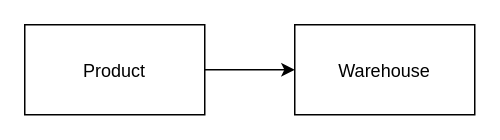
Earlier version of the draw.io diagram docs/microservices/inventory-service/erd.drawio (Defi-Oracle-Tooling/SolaceNet_Monorepo). Source tidied: cells renumbered, new cells numbered last; positions are measured from the earlier drawing's top-left corner, leaving out a move shared by most shapes. Both pictures are drawn from the tidied source at 150%, with x=0, y=0 at pixel (24, 24).
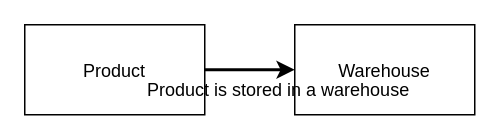
Above is the later version.

Change to the diagram source:
```diff
@@
 <mxGraphModel>
   <root>
     <mxCell id="0" />
     <mxCell id="1" parent="0" />
     <mxCell id="2" value="Product" style="shape=rectangle;" parent="1" vertex="1">
       <mxGeometry width="120" height="60" as="geometry" />
     </mxCell>
     <mxCell id="3" value="Warehouse" style="shape=rectangle;" parent="1" vertex="1">
       <mxGeometry x="180" width="120" height="60" as="geometry" />
     </mxCell>
-    <mxCell id="4" parent="1" edge="1" source="2" target="3">
+    <mxCell id="4" style="edgeStyle=orthogonalEdgeStyle;rounded=1;strokeColor=#000000;strokeWidth=2;" parent="1" edge="1" source="2" target="3">
       <mxGeometry relative="1" as="geometry" />
     </mxCell>
+    <mxCell id="5" value="Product is stored in a warehouse" style="text;strokeColor=none;fillColor=none;fontSize=12;" parent="1" vertex="1">
+      <mxGeometry x="80" y="30" width="200" height="20" as="geometry" />
+    </mxCell>
   </root>
 </mxGraphModel>
```
